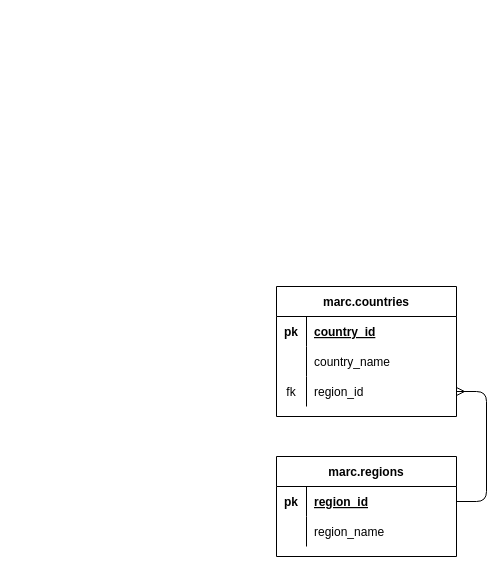
This is Marc's HR ERD.drawio from MarcNefaa/ERDs_with_draw.io, a draw.io file, before an edit. Source tidied: cells renumbered, new cells numbered last; positions are measured from the earlier drawing's top-left corner, leaving out a move shared by most shapes. Both pictures are drawn from the tidied source at 100%, with x=0, y=0 at pixel (276, 286).
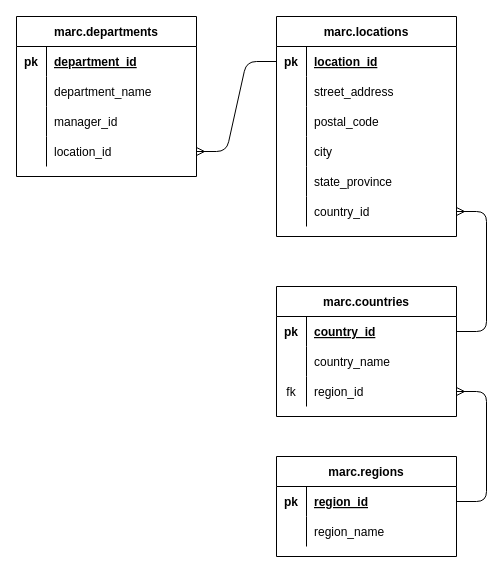
The same page after the edit.

Commit message:
added departments and locations tables

Unchanged cells that the change refers to:
```xml
<mxCell id="10" style="shape=partialRectangle;fillColor=none;top=0;left=0;bottom=1;right=0;points=[[0,0.5],[1,0.5]];portConstraint=eastwest;strokeColor=none;" parent="9" vertex="1">
  <mxGeometry y="30" width="180" height="30" as="geometry" />
</mxCell>
```

Change to the diagram source:
```diff
@@
+    <mxCell id="20" value="marc.locations" style="shape=table;startSize=30;childLayout=tableLayout;rowLines=0;fontStyle=1;align=center;strokeColor=#000000;" parent="1" vertex="1">
+      <mxGeometry y="-270" width="180" height="220" as="geometry" />
+    </mxCell>
+    <mxCell id="21" style="shape=partialRectangle;fillColor=none;top=0;left=0;bottom=1;right=0;points=[[0,0.5],[1,0.5]];portConstraint=eastwest;strokeColor=none;" parent="20" vertex="1">
+      <mxGeometry y="30" width="180" height="30" as="geometry" />
+    </mxCell>
+    <mxCell id="22" value="pk" style="shape=partialRectangle;fillColor=none;top=0;left=0;bottom=0;right=0;fontStyle=1;overflow=hidden;" parent="21" vertex="1">
+      <mxGeometry width="30" height="30" as="geometry" />
+    </mxCell>
+    <mxCell id="23" value="location_id" style="shape=partialRectangle;fillColor=none;top=0;left=0;bottom=0;right=0;align=left;spacingLeft=6;fontStyle=5;overflow=hidden;" parent="21" vertex="1">
+      <mxGeometry x="30" width="150" height="30" as="geometry" />
+    </mxCell>
+    <mxCell id="24" style="shape=partialRectangle;fillColor=none;top=0;left=0;bottom=0;right=0;" parent="20" vertex="1">
+      <mxGeometry y="60" width="180" height="30" as="geometry" />
+    </mxCell>
+    <mxCell id="25" style="shape=partialRectangle;fillColor=none;top=0;left=0;bottom=0;right=0;overflow=hidden;" parent="24" vertex="1">
+      <mxGeometry width="30" height="30" as="geometry" />
+    </mxCell>
+    <mxCell id="26" value="street_address" style="shape=partialRectangle;fillColor=none;top=0;left=0;bottom=0;right=0;align=left;spacingLeft=6;overflow=hidden;" parent="24" vertex="1">
+      <mxGeometry x="30" width="150" height="30" as="geometry" />
+    </mxCell>
+    <mxCell id="27" style="shape=partialRectangle;fillColor=none;top=0;left=0;bottom=0;right=0;" parent="20" vertex="1">
+      <mxGeometry y="90" width="180" height="30" as="geometry" />
+    </mxCell>
+    <mxCell id="28" style="shape=partialRectangle;fillColor=none;top=0;left=0;bottom=0;right=0;overflow=hidden;" parent="27" vertex="1">
+      <mxGeometry width="30" height="30" as="geometry" />
+    </mxCell>
+    <mxCell id="29" value="postal_code" style="shape=partialRectangle;fillColor=none;top=0;left=0;bottom=0;right=0;align=left;spacingLeft=6;overflow=hidden;" parent="27" vertex="1">
+      <mxGeometry x="30" width="150" height="30" as="geometry" />
+    </mxCell>
+    <mxCell id="30" style="shape=partialRectangle;fillColor=none;top=0;left=0;bottom=0;right=0;" parent="20" vertex="1">
+      <mxGeometry y="120" width="180" height="30" as="geometry" />
+    </mxCell>
+    <mxCell id="31" style="shape=partialRectangle;fillColor=none;top=0;left=0;bottom=0;right=0;overflow=hidden;" parent="30" vertex="1">
+      <mxGeometry width="30" height="30" as="geometry" />
+    </mxCell>
+    <mxCell id="32" value="city" style="shape=partialRectangle;fillColor=none;top=0;left=0;bottom=0;right=0;align=left;spacingLeft=6;overflow=hidden;" parent="30" vertex="1">
+      <mxGeometry x="30" width="150" height="30" as="geometry" />
+    </mxCell>
+    <mxCell id="33" style="shape=partialRectangle;fillColor=none;top=0;left=0;bottom=0;right=0;" parent="20" vertex="1">
+      <mxGeometry y="150" width="180" height="30" as="geometry" />
+    </mxCell>
+    <mxCell id="34" style="shape=partialRectangle;fillColor=none;top=0;left=0;bottom=0;right=0;overflow=hidden;" parent="33" vertex="1">
+      <mxGeometry width="30" height="30" as="geometry" />
+    </mxCell>
+    <mxCell id="35" value="state_province" style="shape=partialRectangle;fillColor=none;top=0;left=0;bottom=0;right=0;align=left;spacingLeft=6;overflow=hidden;" parent="33" vertex="1">
+      <mxGeometry x="30" width="150" height="30" as="geometry" />
+    </mxCell>
+    <mxCell id="36" style="shape=partialRectangle;fillColor=none;top=0;left=0;bottom=0;right=0;points=[[0,0.5],[1,0.5]];portConstraint=eastwest;" parent="20" vertex="1">
+      <mxGeometry y="180" width="180" height="30" as="geometry" />
+    </mxCell>
+    <mxCell id="37" style="shape=partialRectangle;fillColor=none;top=0;left=0;bottom=0;right=0;overflow=hidden;" parent="36" vertex="1">
+      <mxGeometry width="30" height="30" as="geometry" />
+    </mxCell>
+    <mxCell id="38" value="country_id" style="shape=partialRectangle;fillColor=none;top=0;left=0;bottom=0;right=0;align=left;spacingLeft=6;overflow=hidden;" parent="36" vertex="1">
+      <mxGeometry x="30" width="150" height="30" as="geometry" />
+    </mxCell>
+    <mxCell id="39" style="edgeStyle=entityRelationEdgeStyle;fontSize=12;html=1;endArrow=ERmany;exitX=1;exitY=0.5;exitDx=0;exitDy=0;" parent="1" edge="1" source="10" target="36">
+      <mxGeometry relative="1" as="geometry" />
+    </mxCell>
+    <mxCell id="40" value="marc.departments" style="shape=table;startSize=30;childLayout=tableLayout;rowLines=0;fontStyle=1;align=center;strokeColor=#000000;" parent="1" vertex="1">
+      <mxGeometry x="-260" y="-270" width="180" height="160" as="geometry" />
+    </mxCell>
+    <mxCell id="41" style="shape=partialRectangle;fillColor=none;top=0;left=0;bottom=1;right=0;strokeColor=none;" parent="40" vertex="1">
+      <mxGeometry y="30" width="180" height="30" as="geometry" />
+    </mxCell>
+    <mxCell id="42" value="pk" style="shape=partialRectangle;fillColor=none;top=0;left=0;bottom=0;right=0;fontStyle=1;overflow=hidden;" parent="41" vertex="1">
+      <mxGeometry width="30" height="30" as="geometry" />
+    </mxCell>
+    <mxCell id="43" value="department_id" style="shape=partialRectangle;fillColor=none;top=0;left=0;bottom=0;right=0;align=left;spacingLeft=6;fontStyle=5;overflow=hidden;" parent="41" vertex="1">
+      <mxGeometry x="30" width="150" height="30" as="geometry" />
+    </mxCell>
+    <mxCell id="44" style="shape=partialRectangle;fillColor=none;top=0;left=0;bottom=0;right=0;" parent="40" vertex="1">
+      <mxGeometry y="60" width="180" height="30" as="geometry" />
+    </mxCell>
+    <mxCell id="45" style="shape=partialRectangle;fillColor=none;top=0;left=0;bottom=0;right=0;overflow=hidden;" parent="44" vertex="1">
+      <mxGeometry width="30" height="30" as="geometry" />
+    </mxCell>
+    <mxCell id="46" value="department_name" style="shape=partialRectangle;fillColor=none;top=0;left=0;bottom=0;right=0;align=left;spacingLeft=6;overflow=hidden;" parent="44" vertex="1">
+      <mxGeometry x="30" width="150" height="30" as="geometry" />
+    </mxCell>
+    <mxCell id="47" style="shape=partialRectangle;fillColor=none;top=0;left=0;bottom=0;right=0;" parent="40" vertex="1">
+      <mxGeometry y="90" width="180" height="30" as="geometry" />
+    </mxCell>
+    <mxCell id="48" style="shape=partialRectangle;fillColor=none;top=0;left=0;bottom=0;right=0;overflow=hidden;" parent="47" vertex="1">
+      <mxGeometry width="30" height="30" as="geometry" />
+    </mxCell>
+    <mxCell id="49" value="manager_id" style="shape=partialRectangle;fillColor=none;top=0;left=0;bottom=0;right=0;align=left;spacingLeft=6;overflow=hidden;" parent="47" vertex="1">
+      <mxGeometry x="30" width="150" height="30" as="geometry" />
+    </mxCell>
+    <mxCell id="50" style="shape=partialRectangle;fillColor=none;top=0;left=0;bottom=0;right=0;points=[[0,0.5],[1,0.5]];portConstraint=eastwest;" parent="40" vertex="1">
+      <mxGeometry y="120" width="180" height="30" as="geometry" />
+    </mxCell>
+    <mxCell id="51" style="shape=partialRectangle;fillColor=none;top=0;left=0;bottom=0;right=0;overflow=hidden;" parent="50" vertex="1">
+      <mxGeometry width="30" height="30" as="geometry" />
+    </mxCell>
+    <mxCell id="52" value="location_id" style="shape=partialRectangle;fillColor=none;top=0;left=0;bottom=0;right=0;align=left;spacingLeft=6;overflow=hidden;" parent="50" vertex="1">
+      <mxGeometry x="30" width="150" height="30" as="geometry" />
+    </mxCell>
+    <mxCell id="53" style="edgeStyle=entityRelationEdgeStyle;fontSize=12;html=1;endArrow=ERmany;entryX=1;entryY=0.5;entryDx=0;entryDy=0;exitX=0;exitY=0.5;exitDx=0;exitDy=0;" parent="1" edge="1" source="21" target="50">
+      <mxGeometry relative="1" as="geometry" />
+    </mxCell>
```
